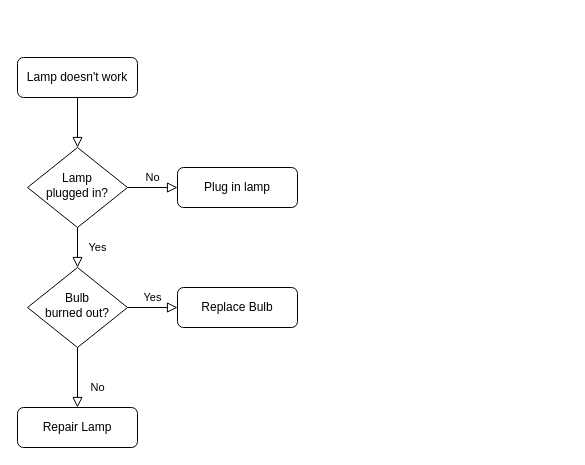
The draw.io diagram 名称未設定ファイル.drawio in IDA-DAIKI/Sample, before the edit. Source tidied: cells renumbered, new cells numbered last; positions are measured from the earlier drawing's top-left corner, leaving out a move shared by most shapes. Both pictures are drawn from the tidied source at 100%, with x=0, y=0 at pixel (17, 57).
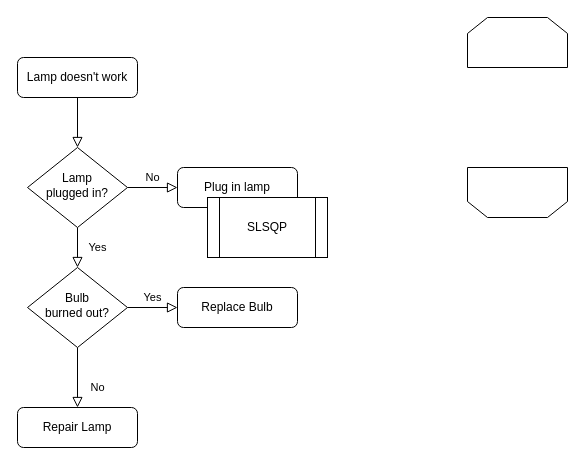
The same page after the edit.

Commit message:
名称未設定ファイル.drawio を更新します

The edit, as a diff of the source:
```diff
@@
 <mxGraphModel>
   <root>
     <mxCell id="0" />
     <mxCell id="1" parent="0" />
     <mxCell id="2" style="rounded=0;html=1;jettySize=auto;fontSize=11;endArrow=block;endFill=0;endSize=8;strokeWidth=1;shadow=0;labelBackgroundColor=none;edgeStyle=orthogonalEdgeStyle;" parent="1" edge="1" source="3" target="6">
       <mxGeometry relative="1" as="geometry" />
     </mxCell>
     <mxCell id="3" value="Lamp doesn't work" style="rounded=1;whiteSpace=wrap;html=1;fontSize=12;glass=0;strokeWidth=1;shadow=0;" parent="1" vertex="1">
       <mxGeometry width="120" height="40" as="geometry" />
     </mxCell>
     <mxCell id="4" value="Yes" style="rounded=0;html=1;jettySize=auto;fontSize=11;endArrow=block;endFill=0;endSize=8;strokeWidth=1;shadow=0;labelBackgroundColor=none;edgeStyle=orthogonalEdgeStyle;" parent="1" edge="1" source="6" target="10">
       <mxGeometry y="20" relative="1" as="geometry" />
     </mxCell>
     <mxCell id="5" value="No" style="edgeStyle=orthogonalEdgeStyle;rounded=0;html=1;jettySize=auto;fontSize=11;endArrow=block;endFill=0;endSize=8;strokeWidth=1;shadow=0;labelBackgroundColor=none;" parent="1" edge="1" source="6" target="7">
       <mxGeometry y="10" relative="1" as="geometry" />
     </mxCell>
     <mxCell id="6" value="Lamp&lt;br&gt;plugged in?" style="rhombus;whiteSpace=wrap;html=1;shadow=0;fontFamily=Helvetica;fontSize=12;align=center;strokeWidth=1;spacing=6;spacingTop=-4;" parent="1" vertex="1">
       <mxGeometry x="10" y="90" width="100" height="80" as="geometry" />
     </mxCell>
     <mxCell id="7" value="Plug in lamp" style="rounded=1;whiteSpace=wrap;html=1;fontSize=12;glass=0;strokeWidth=1;shadow=0;" parent="1" vertex="1">
       <mxGeometry x="160" y="110" width="120" height="40" as="geometry" />
     </mxCell>
     <mxCell id="8" value="No" style="rounded=0;html=1;jettySize=auto;fontSize=11;endArrow=block;endFill=0;endSize=8;strokeWidth=1;shadow=0;labelBackgroundColor=none;edgeStyle=orthogonalEdgeStyle;" parent="1" edge="1" source="10" target="11">
       <mxGeometry x="0.33" y="20" relative="1" as="geometry" />
     </mxCell>
     <mxCell id="9" value="Yes" style="edgeStyle=orthogonalEdgeStyle;rounded=0;html=1;jettySize=auto;fontSize=11;endArrow=block;endFill=0;endSize=8;strokeWidth=1;shadow=0;labelBackgroundColor=none;" parent="1" edge="1" source="10" target="12">
       <mxGeometry y="10" relative="1" as="geometry" />
     </mxCell>
     <mxCell id="10" value="Bulb&lt;br&gt;burned out?" style="rhombus;whiteSpace=wrap;html=1;shadow=0;fontFamily=Helvetica;fontSize=12;align=center;strokeWidth=1;spacing=6;spacingTop=-4;" parent="1" vertex="1">
       <mxGeometry x="10" y="210" width="100" height="80" as="geometry" />
     </mxCell>
     <mxCell id="11" value="Repair Lamp" style="rounded=1;whiteSpace=wrap;html=1;fontSize=12;glass=0;strokeWidth=1;shadow=0;" parent="1" vertex="1">
       <mxGeometry y="350" width="120" height="40" as="geometry" />
     </mxCell>
     <mxCell id="12" value="Replace Bulb" style="rounded=1;whiteSpace=wrap;html=1;fontSize=12;glass=0;strokeWidth=1;shadow=0;" parent="1" vertex="1">
       <mxGeometry x="160" y="230" width="120" height="40" as="geometry" />
     </mxCell>
+    <mxCell id="13" value="SLSQP" style="shape=process;whiteSpace=wrap;html=1;backgroundOutline=1;" parent="1" vertex="1">
+      <mxGeometry x="190" y="140" width="120" height="60" as="geometry" />
+    </mxCell>
+    <mxCell id="14" style="shape=loopLimit;whiteSpace=wrap;html=1;direction=west;" parent="1" vertex="1">
+      <mxGeometry x="450" y="110" width="100" height="50" as="geometry" />
+    </mxCell>
+    <mxCell id="15" style="shape=loopLimit;whiteSpace=wrap;html=1;direction=east;" parent="1" vertex="1">
+      <mxGeometry x="450" y="-40" width="100" height="50" as="geometry" />
+    </mxCell>
   </root>
 </mxGraphModel>
```
